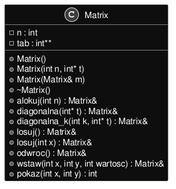
Above: inline_umlgraph_1.png in kluchoo/Matrix (PlantUML), before the change.
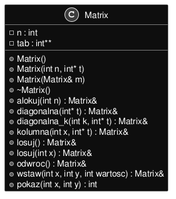
After the commit.

Diff of the diagram source:
```diff
@@ -12,6 +12,7 @@
 +alokuj(int n) : Matrix&
 +diagonalna(int* t) : Matrix&
 +diagonalna_k(int k, int* t) : Matrix&
++kolumna(int x, int* t) : Matrix&
 +losuj() : Matrix&
 +losuj(int x) : Matrix&
 +odwroc() : Matrix&
```
